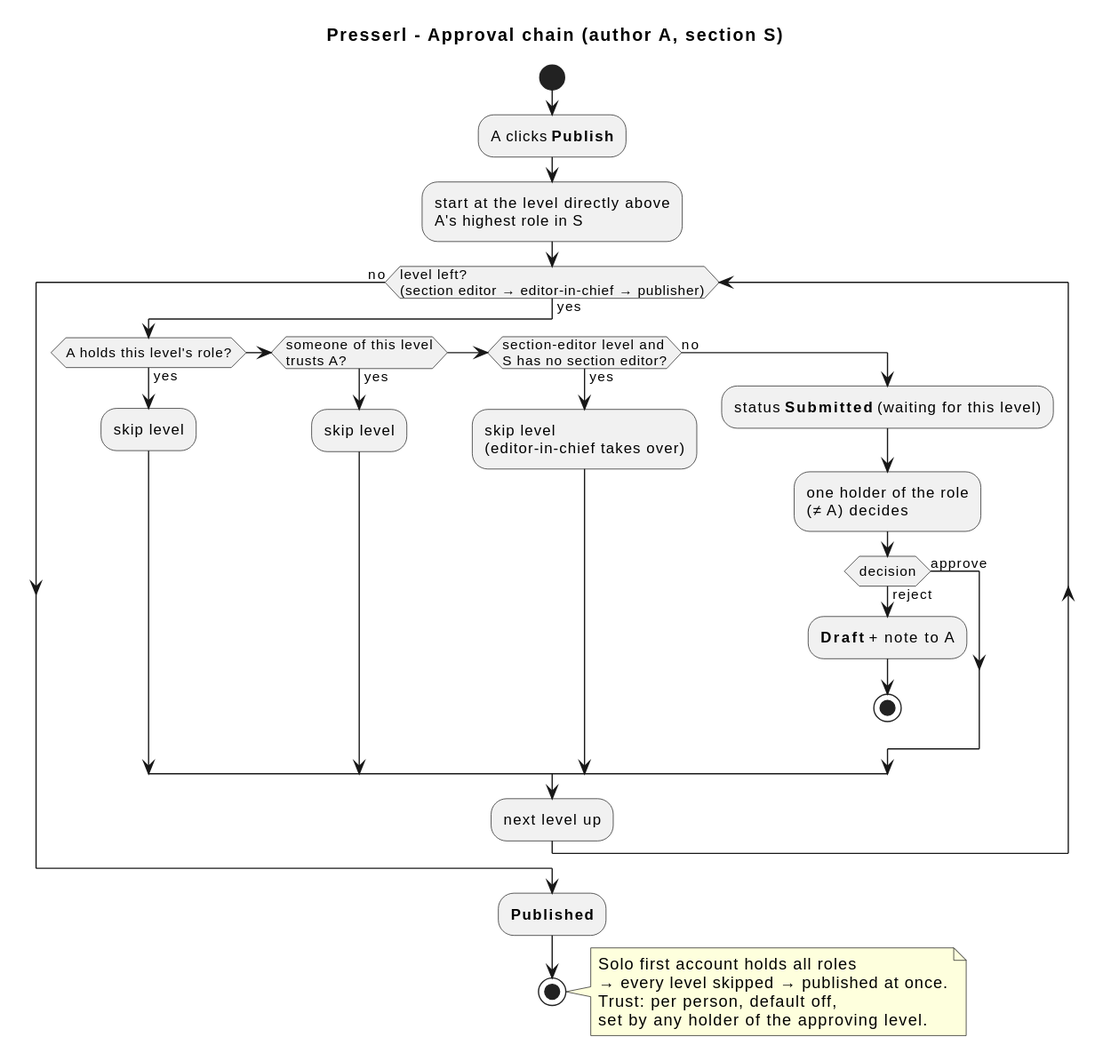
UnterrainerInformatik/presserl keeps this PlantUML diagram as docs/diagrams/review-decision.svg. Above is the earlier version.
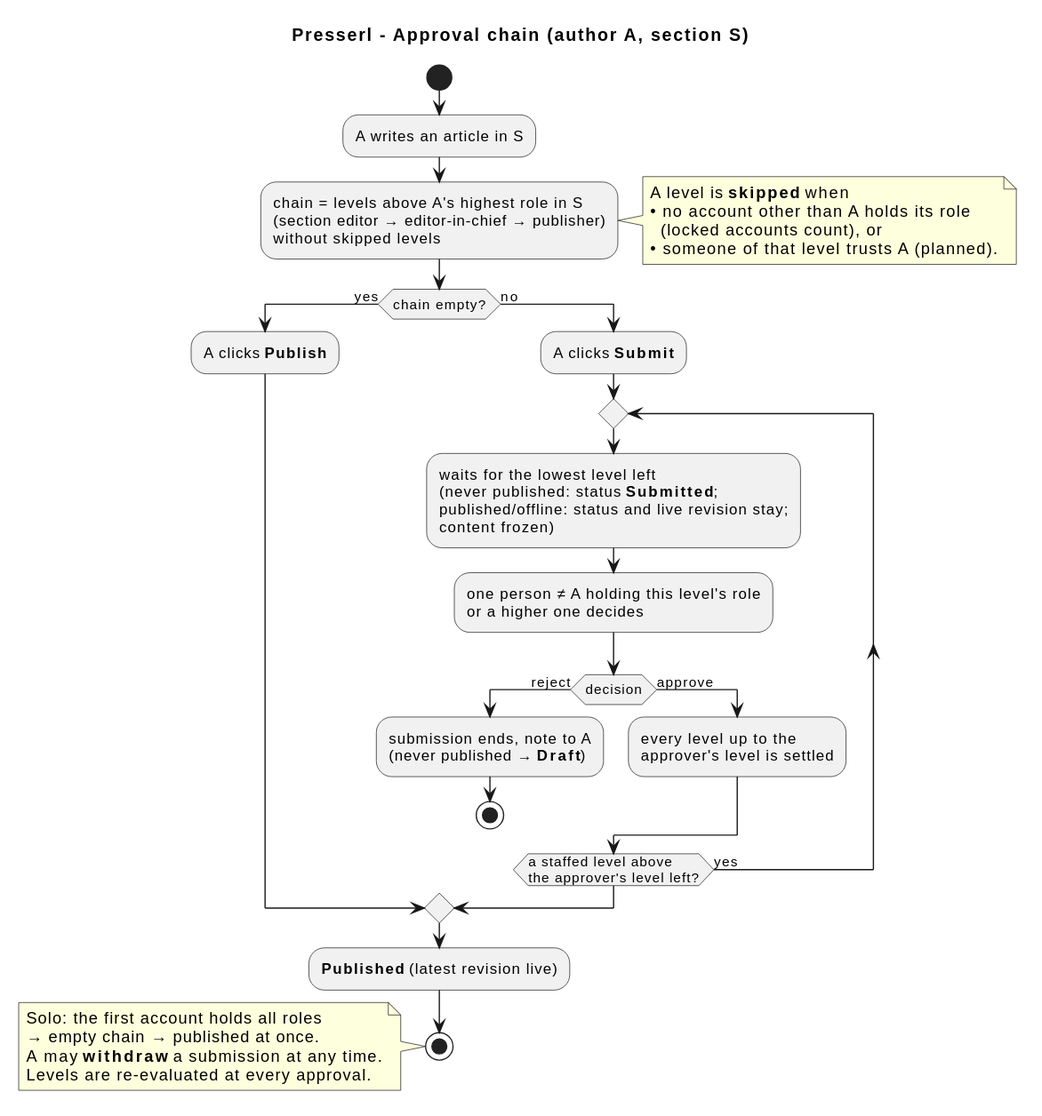
The same diagram one commit later.

The edit, as a diff of the source:
```diff
@@ -4,33 +4,36 @@
 skinparam defaultFontName Sans-Serif
 
 start
-:A clicks **Publish**;
-:start at the level directly above\nA's highest role in S;
-while (level left?\n(section editor → editor-in-chief → publisher)) is (yes)
-  if (A holds this level's role?) then (yes)
-    :skip level;
-  elseif (someone of this level\ntrusts A?) then (yes)
-    :skip level;
-  elseif (section-editor level and\nS has no section editor?) then (yes)
-    :skip level\n(editor-in-chief takes over);
-  else (no)
-    :status **Submitted** (waiting for this level);
-    :one holder of the role\n(≠ A) decides;
+:A writes an article in S;
+:chain = levels above A's highest role in S\n(section editor → editor-in-chief → publisher)\nwithout skipped levels;
+note right
+  A level is **skipped** when
+  • no account other than A holds its role
+    (locked accounts count), or
+  • someone of that level trusts A (planned).
+end note
+if (chain empty?) then (yes)
+  :A clicks **Publish**;
+else (no)
+  :A clicks **Submit**;
+  repeat
+    :waits for the lowest level left\n(never published: status **Submitted**;\npublished/offline: status and live revision stay;\ncontent frozen);
+    :one person ≠ A holding this level's role\nor a higher one decides;
     if (decision) then (reject)
-      :**Draft** + note to A;
+      :submission ends, note to A\n(never published → **Draft**);
       stop
     else (approve)
+      :every level up to the\napprover's level is settled;
     endif
-  endif
-  :next level up;
-endwhile (no)
-:**Published**;
+  repeat while (a staffed level above\nthe approver's level left?) is (yes)
+endif
+:**Published** (latest revision live);
 stop
 
-note right
-  Solo first account holds all roles
-  → every level skipped → published at once.
-  Trust: per person, default off,
-  set by any holder of the approving level.
+note left
+  Solo: the first account holds all roles
+  → empty chain → published at once.
+  A may **withdraw** a submission at any time.
+  Levels are re-evaluated at every approval.
 end note
 @enduml
```
